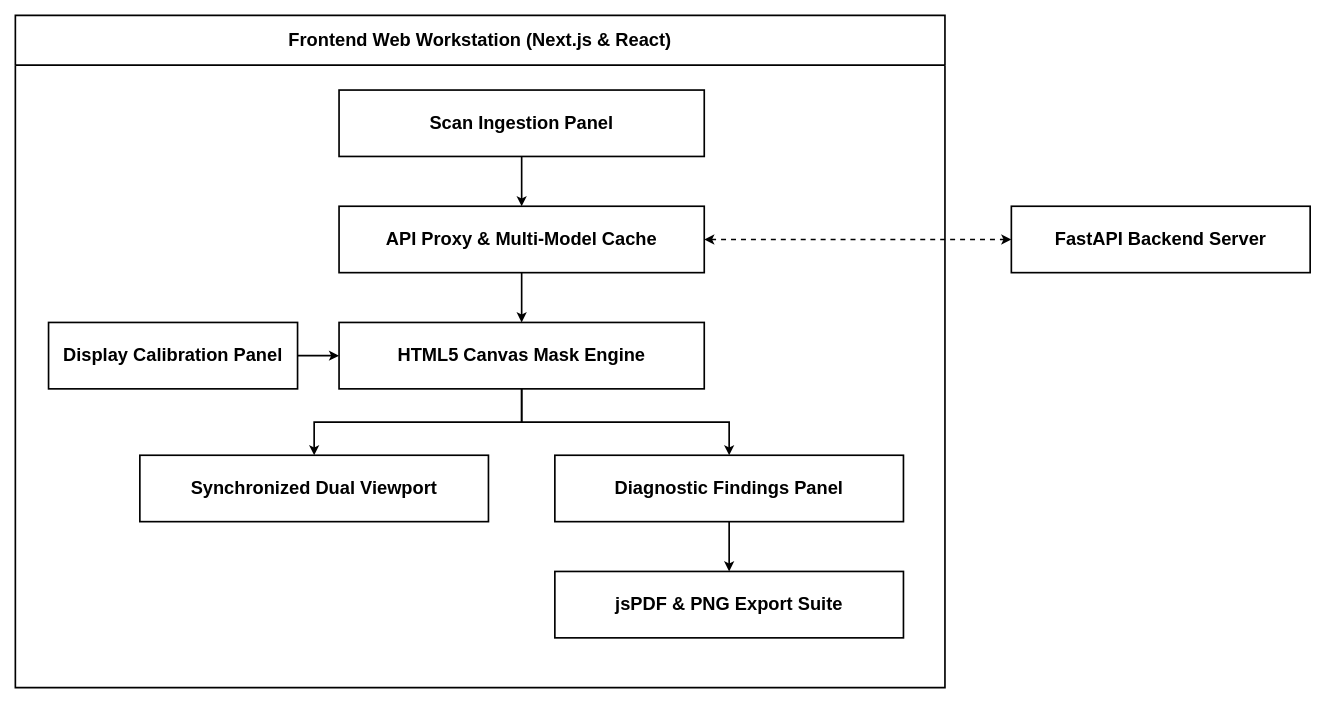
Earlier version of the draw.io diagram 01-frontend-component-architecture.drawio (Cell1991/nu-stroke-scan). Source tidied: cells renumbered, new cells numbered last; positions are measured from the earlier drawing's top-left corner, leaving out a move shared by most shapes. Both pictures are drawn from the tidied source at 83%, with x=0, y=0 at pixel (15, 15).
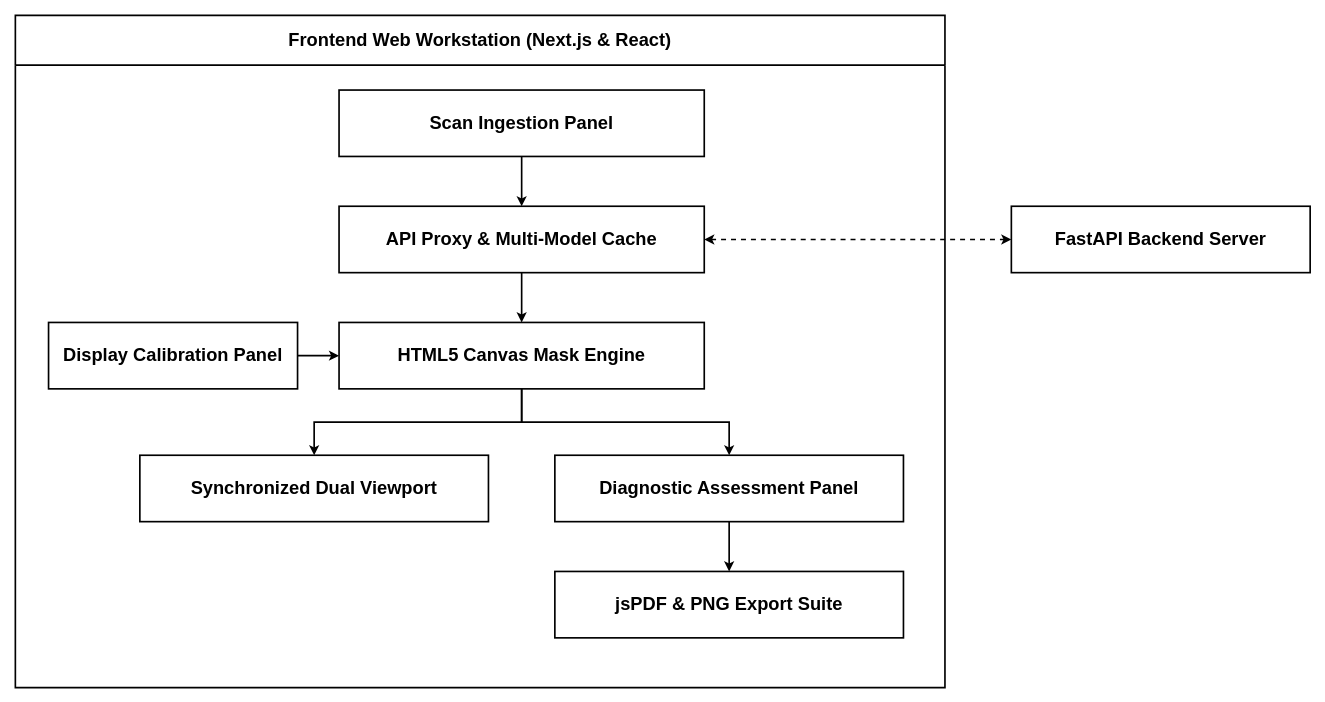
The same page after the edit.

The edit, as a diff of the source:
```diff
@@
-    <mxCell id="8" value="Diagnostic Findings Panel" style="rounded=0;whiteSpace=wrap;html=1;fillColor=#FFFFFF;strokeColor=#000000;strokeWidth=2;fontColor=#000000;fontFamily=Arial,Helvetica,sans-serif;fontStyle=1;fontSize=22;" parent="1" vertex="1">
+    <mxCell id="8" value="Diagnostic Assessment Panel" style="rounded=0;whiteSpace=wrap;html=1;fillColor=#FFFFFF;strokeColor=#000000;strokeWidth=2;fontColor=#000000;fontFamily=Arial,Helvetica,sans-serif;fontStyle=1;fontSize=22;" parent="1" vertex="1">
       <mxGeometry x="650" y="530" width="420" height="80" as="geometry" />
     </mxCell>
```
